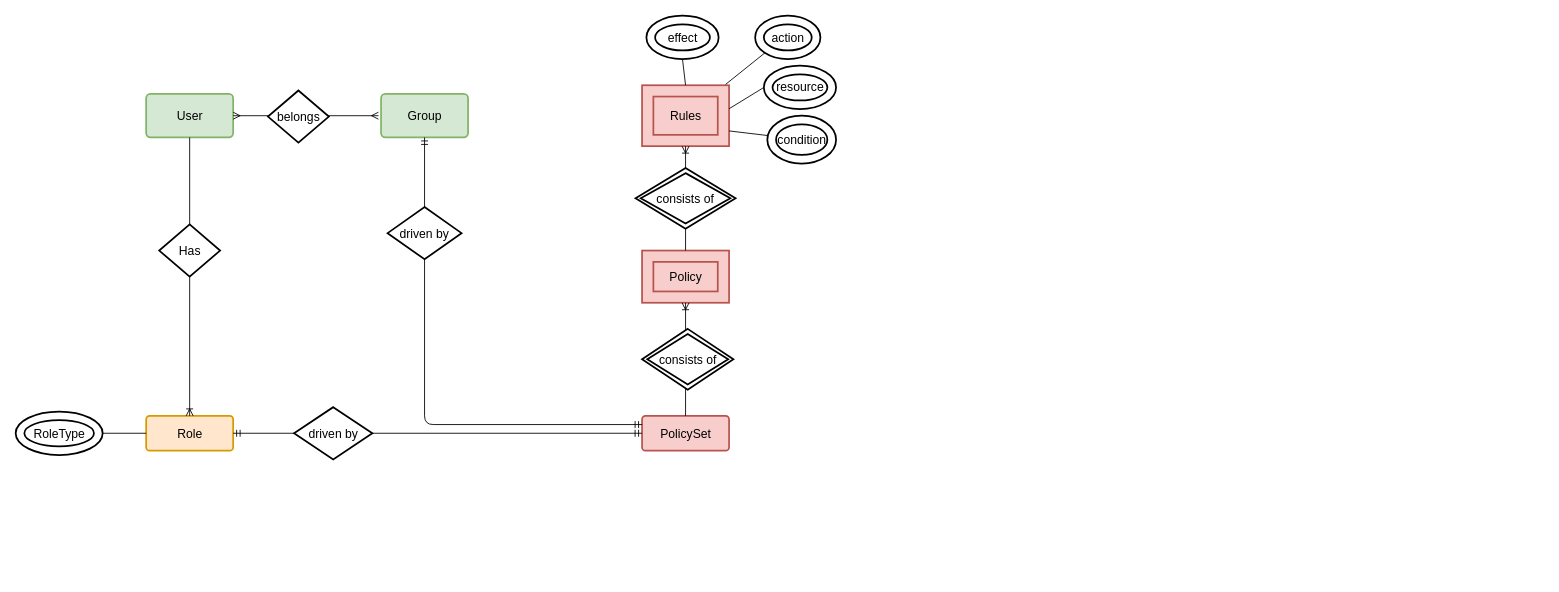
davinderrai/drawio keeps this draw.io diagram as IAM Diagram.drawio. Above is the earlier version. Source tidied: cells renumbered, new cells numbered last; positions are measured from the earlier drawing's top-left corner, leaving out a move shared by most shapes. Both pictures are drawn from the tidied source at 87%, with x=0, y=0 at pixel (16, 15).
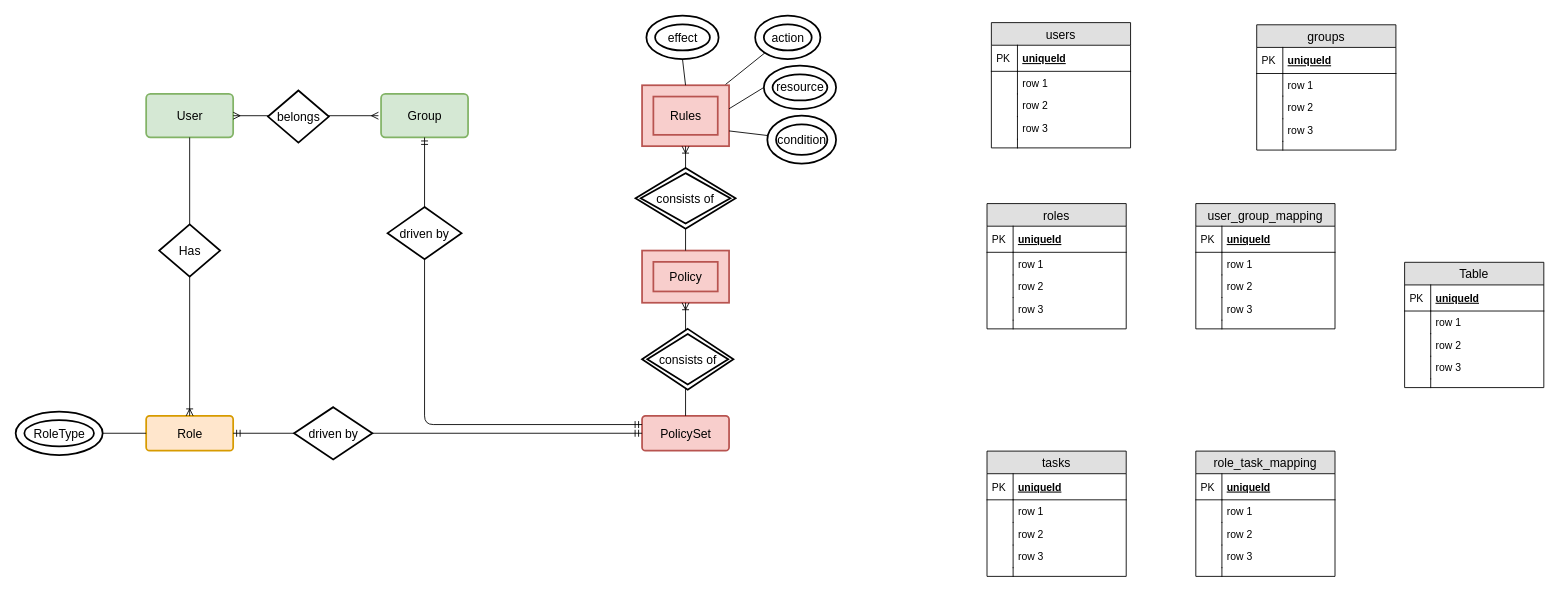
Above is the later version.

Change to the diagram source:
```diff
@@
+    <mxCell id="31" value="users" style="swimlane;fontStyle=0;horizontal=1;startSize=26;fillColor=#e0e0e0;swimlaneFillColor=#ffffff;align=center;fontSize=14;" parent="1" vertex="1">
+      <mxGeometry x="1121" y="8.5" width="160" height="144" as="geometry" />
+    </mxCell>
+    <mxCell id="32" value="uniqueId" style="shape=partialRectangle;top=0;left=0;right=0;bottom=1;align=left;verticalAlign=middle;fillColor=none;spacingLeft=34;spacingRight=4;overflow=hidden;fontStyle=5;fontSize=12;" parent="31" vertex="1">
+      <mxGeometry y="26" width="160" height="30" as="geometry" />
+    </mxCell>
+    <mxCell id="33" value="PK" style="shape=partialRectangle;top=0;left=0;bottom=0;fillColor=none;align=left;verticalAlign=middle;spacingLeft=4;spacingRight=4;overflow=hidden;fontSize=12;" parent="32" vertex="1">
+      <mxGeometry width="30" height="30" as="geometry" />
+    </mxCell>
+    <mxCell id="34" value="row 1" style="shape=partialRectangle;top=0;left=0;right=0;bottom=0;align=left;verticalAlign=top;fillColor=none;spacingLeft=34;spacingRight=4;overflow=hidden;fontSize=12;" parent="31" vertex="1">
+      <mxGeometry y="56" width="160" height="26" as="geometry" />
+    </mxCell>
+    <mxCell id="35" style="shape=partialRectangle;top=0;left=0;bottom=0;fillColor=none;align=left;verticalAlign=top;spacingLeft=4;spacingRight=4;overflow=hidden;fontSize=12;" parent="34" vertex="1">
+      <mxGeometry width="30" height="26" as="geometry" />
+    </mxCell>
+    <mxCell id="36" value="row 2" style="shape=partialRectangle;top=0;left=0;right=0;bottom=0;align=left;verticalAlign=top;fillColor=none;spacingLeft=34;spacingRight=4;overflow=hidden;fontSize=12;" parent="31" vertex="1">
+      <mxGeometry y="82" width="160" height="26" as="geometry" />
+    </mxCell>
+    <mxCell id="37" style="shape=partialRectangle;top=0;left=0;bottom=0;fillColor=none;align=left;verticalAlign=top;spacingLeft=4;spacingRight=4;overflow=hidden;fontSize=12;" parent="36" vertex="1">
+      <mxGeometry width="30" height="26" as="geometry" />
+    </mxCell>
+    <mxCell id="38" value="row 3" style="shape=partialRectangle;top=0;left=0;right=0;bottom=0;align=left;verticalAlign=top;fillColor=none;spacingLeft=34;spacingRight=4;overflow=hidden;fontSize=12;" parent="31" vertex="1">
+      <mxGeometry y="108" width="160" height="26" as="geometry" />
+    </mxCell>
+    <mxCell id="39" style="shape=partialRectangle;top=0;left=0;bottom=0;fillColor=none;align=left;verticalAlign=top;spacingLeft=4;spacingRight=4;overflow=hidden;fontSize=12;" parent="38" vertex="1">
+      <mxGeometry width="30" height="26" as="geometry" />
+    </mxCell>
+    <mxCell id="40" style="shape=partialRectangle;top=0;left=0;right=0;bottom=0;align=left;verticalAlign=top;fillColor=none;spacingLeft=34;spacingRight=4;overflow=hidden;fontSize=12;" parent="31" vertex="1">
+      <mxGeometry y="134" width="160" height="10" as="geometry" />
+    </mxCell>
+    <mxCell id="41" style="shape=partialRectangle;top=0;left=0;bottom=0;fillColor=none;align=left;verticalAlign=top;spacingLeft=4;spacingRight=4;overflow=hidden;fontSize=12;" parent="40" vertex="1">
+      <mxGeometry width="30" height="10" as="geometry" />
+    </mxCell>
+    <mxCell id="42" value="groups" style="swimlane;fontStyle=0;horizontal=1;startSize=26;fillColor=#e0e0e0;swimlaneFillColor=#ffffff;align=center;fontSize=14;" parent="1" vertex="1">
+      <mxGeometry x="1426" y="11" width="160" height="144" as="geometry" />
+    </mxCell>
+    <mxCell id="43" value="uniqueId" style="shape=partialRectangle;top=0;left=0;right=0;bottom=1;align=left;verticalAlign=middle;fillColor=none;spacingLeft=34;spacingRight=4;overflow=hidden;fontStyle=5;fontSize=12;" parent="42" vertex="1">
+      <mxGeometry y="26" width="160" height="30" as="geometry" />
+    </mxCell>
+    <mxCell id="44" value="PK" style="shape=partialRectangle;top=0;left=0;bottom=0;fillColor=none;align=left;verticalAlign=middle;spacingLeft=4;spacingRight=4;overflow=hidden;fontSize=12;" parent="43" vertex="1">
+      <mxGeometry width="30" height="30" as="geometry" />
+    </mxCell>
+    <mxCell id="45" value="row 1" style="shape=partialRectangle;top=0;left=0;right=0;bottom=0;align=left;verticalAlign=top;fillColor=none;spacingLeft=34;spacingRight=4;overflow=hidden;fontSize=12;" parent="42" vertex="1">
+      <mxGeometry y="56" width="160" height="26" as="geometry" />
+    </mxCell>
+    <mxCell id="46" style="shape=partialRectangle;top=0;left=0;bottom=0;fillColor=none;align=left;verticalAlign=top;spacingLeft=4;spacingRight=4;overflow=hidden;fontSize=12;" parent="45" vertex="1">
+      <mxGeometry width="30" height="26" as="geometry" />
+    </mxCell>
+    <mxCell id="47" value="row 2" style="shape=partialRectangle;top=0;left=0;right=0;bottom=0;align=left;verticalAlign=top;fillColor=none;spacingLeft=34;spacingRight=4;overflow=hidden;fontSize=12;" parent="42" vertex="1">
+      <mxGeometry y="82" width="160" height="26" as="geometry" />
+    </mxCell>
+    <mxCell id="48" style="shape=partialRectangle;top=0;left=0;bottom=0;fillColor=none;align=left;verticalAlign=top;spacingLeft=4;spacingRight=4;overflow=hidden;fontSize=12;" parent="47" vertex="1">
+      <mxGeometry width="30" height="26" as="geometry" />
+    </mxCell>
+    <mxCell id="49" value="row 3" style="shape=partialRectangle;top=0;left=0;right=0;bottom=0;align=left;verticalAlign=top;fillColor=none;spacingLeft=34;spacingRight=4;overflow=hidden;fontSize=12;" parent="42" vertex="1">
+      <mxGeometry y="108" width="160" height="26" as="geometry" />
+    </mxCell>
+    <mxCell id="50" style="shape=partialRectangle;top=0;left=0;bottom=0;fillColor=none;align=left;verticalAlign=top;spacingLeft=4;spacingRight=4;overflow=hidden;fontSize=12;" parent="49" vertex="1">
+      <mxGeometry width="30" height="26" as="geometry" />
+    </mxCell>
+    <mxCell id="51" style="shape=partialRectangle;top=0;left=0;right=0;bottom=0;align=left;verticalAlign=top;fillColor=none;spacingLeft=34;spacingRight=4;overflow=hidden;fontSize=12;" parent="42" vertex="1">
+      <mxGeometry y="134" width="160" height="10" as="geometry" />
+    </mxCell>
+    <mxCell id="52" style="shape=partialRectangle;top=0;left=0;bottom=0;fillColor=none;align=left;verticalAlign=top;spacingLeft=4;spacingRight=4;overflow=hidden;fontSize=12;" parent="51" vertex="1">
+      <mxGeometry width="30" height="10" as="geometry" />
+    </mxCell>
+    <mxCell id="53" value="roles" style="swimlane;fontStyle=0;horizontal=1;startSize=26;fillColor=#e0e0e0;swimlaneFillColor=#ffffff;align=center;fontSize=14;" parent="1" vertex="1">
+      <mxGeometry x="1116" y="216.5" width="160" height="144" as="geometry" />
+    </mxCell>
+    <mxCell id="54" value="uniqueId" style="shape=partialRectangle;top=0;left=0;right=0;bottom=1;align=left;verticalAlign=middle;fillColor=none;spacingLeft=34;spacingRight=4;overflow=hidden;fontStyle=5;fontSize=12;" parent="53" vertex="1">
+      <mxGeometry y="26" width="160" height="30" as="geometry" />
+    </mxCell>
+    <mxCell id="55" value="PK" style="shape=partialRectangle;top=0;left=0;bottom=0;fillColor=none;align=left;verticalAlign=middle;spacingLeft=4;spacingRight=4;overflow=hidden;fontSize=12;" parent="54" vertex="1">
+      <mxGeometry width="30" height="30" as="geometry" />
+    </mxCell>
+    <mxCell id="56" value="row 1" style="shape=partialRectangle;top=0;left=0;right=0;bottom=0;align=left;verticalAlign=top;fillColor=none;spacingLeft=34;spacingRight=4;overflow=hidden;fontSize=12;" parent="53" vertex="1">
+      <mxGeometry y="56" width="160" height="26" as="geometry" />
+    </mxCell>
+    <mxCell id="57" style="shape=partialRectangle;top=0;left=0;bottom=0;fillColor=none;align=left;verticalAlign=top;spacingLeft=4;spacingRight=4;overflow=hidden;fontSize=12;" parent="56" vertex="1">
+      <mxGeometry width="30" height="26" as="geometry" />
+    </mxCell>
+    <mxCell id="58" value="row 2" style="shape=partialRectangle;top=0;left=0;right=0;bottom=0;align=left;verticalAlign=top;fillColor=none;spacingLeft=34;spacingRight=4;overflow=hidden;fontSize=12;" parent="53" vertex="1">
+      <mxGeometry y="82" width="160" height="26" as="geometry" />
+    </mxCell>
+    <mxCell id="59" style="shape=partialRectangle;top=0;left=0;bottom=0;fillColor=none;align=left;verticalAlign=top;spacingLeft=4;spacingRight=4;overflow=hidden;fontSize=12;" parent="58" vertex="1">
+      <mxGeometry width="30" height="26" as="geometry" />
+    </mxCell>
+    <mxCell id="60" value="row 3" style="shape=partialRectangle;top=0;left=0;right=0;bottom=0;align=left;verticalAlign=top;fillColor=none;spacingLeft=34;spacingRight=4;overflow=hidden;fontSize=12;" parent="53" vertex="1">
+      <mxGeometry y="108" width="160" height="26" as="geometry" />
+    </mxCell>
+    <mxCell id="61" style="shape=partialRectangle;top=0;left=0;bottom=0;fillColor=none;align=left;verticalAlign=top;spacingLeft=4;spacingRight=4;overflow=hidden;fontSize=12;" parent="60" vertex="1">
+      <mxGeometry width="30" height="26" as="geometry" />
+    </mxCell>
+    <mxCell id="62" style="shape=partialRectangle;top=0;left=0;right=0;bottom=0;align=left;verticalAlign=top;fillColor=none;spacingLeft=34;spacingRight=4;overflow=hidden;fontSize=12;" parent="53" vertex="1">
+      <mxGeometry y="134" width="160" height="10" as="geometry" />
+    </mxCell>
+    <mxCell id="63" style="shape=partialRectangle;top=0;left=0;bottom=0;fillColor=none;align=left;verticalAlign=top;spacingLeft=4;spacingRight=4;overflow=hidden;fontSize=12;" parent="62" vertex="1">
+      <mxGeometry width="30" height="10" as="geometry" />
+    </mxCell>
+    <mxCell id="64" value="tasks" style="swimlane;fontStyle=0;horizontal=1;startSize=26;fillColor=#e0e0e0;swimlaneFillColor=#ffffff;align=center;fontSize=14;" parent="1" vertex="1">
+      <mxGeometry x="1116" y="501" width="160" height="144" as="geometry" />
+    </mxCell>
+    <mxCell id="65" value="uniqueId" style="shape=partialRectangle;top=0;left=0;right=0;bottom=1;align=left;verticalAlign=middle;fillColor=none;spacingLeft=34;spacingRight=4;overflow=hidden;fontStyle=5;fontSize=12;" parent="64" vertex="1">
+      <mxGeometry y="26" width="160" height="30" as="geometry" />
+    </mxCell>
+    <mxCell id="66" value="PK" style="shape=partialRectangle;top=0;left=0;bottom=0;fillColor=none;align=left;verticalAlign=middle;spacingLeft=4;spacingRight=4;overflow=hidden;fontSize=12;" parent="65" vertex="1">
+      <mxGeometry width="30" height="30" as="geometry" />
+    </mxCell>
+    <mxCell id="67" value="row 1" style="shape=partialRectangle;top=0;left=0;right=0;bottom=0;align=left;verticalAlign=top;fillColor=none;spacingLeft=34;spacingRight=4;overflow=hidden;fontSize=12;" parent="64" vertex="1">
+      <mxGeometry y="56" width="160" height="26" as="geometry" />
+    </mxCell>
+    <mxCell id="68" style="shape=partialRectangle;top=0;left=0;bottom=0;fillColor=none;align=left;verticalAlign=top;spacingLeft=4;spacingRight=4;overflow=hidden;fontSize=12;" parent="67" vertex="1">
+      <mxGeometry width="30" height="26" as="geometry" />
+    </mxCell>
+    <mxCell id="69" value="row 2" style="shape=partialRectangle;top=0;left=0;right=0;bottom=0;align=left;verticalAlign=top;fillColor=none;spacingLeft=34;spacingRight=4;overflow=hidden;fontSize=12;" parent="64" vertex="1">
+      <mxGeometry y="82" width="160" height="26" as="geometry" />
+    </mxCell>
+    <mxCell id="70" style="shape=partialRectangle;top=0;left=0;bottom=0;fillColor=none;align=left;verticalAlign=top;spacingLeft=4;spacingRight=4;overflow=hidden;fontSize=12;" parent="69" vertex="1">
+      <mxGeometry width="30" height="26" as="geometry" />
+    </mxCell>
+    <mxCell id="71" value="row 3" style="shape=partialRectangle;top=0;left=0;right=0;bottom=0;align=left;verticalAlign=top;fillColor=none;spacingLeft=34;spacingRight=4;overflow=hidden;fontSize=12;" parent="64" vertex="1">
+      <mxGeometry y="108" width="160" height="26" as="geometry" />
+    </mxCell>
+    <mxCell id="72" style="shape=partialRectangle;top=0;left=0;bottom=0;fillColor=none;align=left;verticalAlign=top;spacingLeft=4;spacingRight=4;overflow=hidden;fontSize=12;" parent="71" vertex="1">
+      <mxGeometry width="30" height="26" as="geometry" />
+    </mxCell>
+    <mxCell id="73" style="shape=partialRectangle;top=0;left=0;right=0;bottom=0;align=left;verticalAlign=top;fillColor=none;spacingLeft=34;spacingRight=4;overflow=hidden;fontSize=12;" parent="64" vertex="1">
+      <mxGeometry y="134" width="160" height="10" as="geometry" />
+    </mxCell>
+    <mxCell id="74" style="shape=partialRectangle;top=0;left=0;bottom=0;fillColor=none;align=left;verticalAlign=top;spacingLeft=4;spacingRight=4;overflow=hidden;fontSize=12;" parent="73" vertex="1">
+      <mxGeometry width="30" height="10" as="geometry" />
+    </mxCell>
+    <mxCell id="75" value="role_task_mapping" style="swimlane;fontStyle=0;horizontal=1;startSize=26;fillColor=#e0e0e0;swimlaneFillColor=#ffffff;align=center;fontSize=14;" parent="1" vertex="1">
+      <mxGeometry x="1356" y="501" width="160" height="144" as="geometry" />
+    </mxCell>
+    <mxCell id="76" value="uniqueId" style="shape=partialRectangle;top=0;left=0;right=0;bottom=1;align=left;verticalAlign=middle;fillColor=none;spacingLeft=34;spacingRight=4;overflow=hidden;fontStyle=5;fontSize=12;" parent="75" vertex="1">
+      <mxGeometry y="26" width="160" height="30" as="geometry" />
+    </mxCell>
+    <mxCell id="77" value="PK" style="shape=partialRectangle;top=0;left=0;bottom=0;fillColor=none;align=left;verticalAlign=middle;spacingLeft=4;spacingRight=4;overflow=hidden;fontSize=12;" parent="76" vertex="1">
+      <mxGeometry width="30" height="30" as="geometry" />
+    </mxCell>
+    <mxCell id="78" value="row 1" style="shape=partialRectangle;top=0;left=0;right=0;bottom=0;align=left;verticalAlign=top;fillColor=none;spacingLeft=34;spacingRight=4;overflow=hidden;fontSize=12;" parent="75" vertex="1">
+      <mxGeometry y="56" width="160" height="26" as="geometry" />
+    </mxCell>
+    <mxCell id="79" style="shape=partialRectangle;top=0;left=0;bottom=0;fillColor=none;align=left;verticalAlign=top;spacingLeft=4;spacingRight=4;overflow=hidden;fontSize=12;" parent="78" vertex="1">
+      <mxGeometry width="30" height="26" as="geometry" />
+    </mxCell>
+    <mxCell id="80" value="row 2" style="shape=partialRectangle;top=0;left=0;right=0;bottom=0;align=left;verticalAlign=top;fillColor=none;spacingLeft=34;spacingRight=4;overflow=hidden;fontSize=12;" parent="75" vertex="1">
+      <mxGeometry y="82" width="160" height="26" as="geometry" />
+    </mxCell>
+    <mxCell id="81" style="shape=partialRectangle;top=0;left=0;bottom=0;fillColor=none;align=left;verticalAlign=top;spacingLeft=4;spacingRight=4;overflow=hidden;fontSize=12;" parent="80" vertex="1">
+      <mxGeometry width="30" height="26" as="geometry" />
+    </mxCell>
+    <mxCell id="82" value="row 3" style="shape=partialRectangle;top=0;left=0;right=0;bottom=0;align=left;verticalAlign=top;fillColor=none;spacingLeft=34;spacingRight=4;overflow=hidden;fontSize=12;" parent="75" vertex="1">
+      <mxGeometry y="108" width="160" height="26" as="geometry" />
+    </mxCell>
+    <mxCell id="83" style="shape=partialRectangle;top=0;left=0;bottom=0;fillColor=none;align=left;verticalAlign=top;spacingLeft=4;spacingRight=4;overflow=hidden;fontSize=12;" parent="82" vertex="1">
+      <mxGeometry width="30" height="26" as="geometry" />
+    </mxCell>
+    <mxCell id="84" style="shape=partialRectangle;top=0;left=0;right=0;bottom=0;align=left;verticalAlign=top;fillColor=none;spacingLeft=34;spacingRight=4;overflow=hidden;fontSize=12;" parent="75" vertex="1">
+      <mxGeometry y="134" width="160" height="10" as="geometry" />
+    </mxCell>
+    <mxCell id="85" style="shape=partialRectangle;top=0;left=0;bottom=0;fillColor=none;align=left;verticalAlign=top;spacingLeft=4;spacingRight=4;overflow=hidden;fontSize=12;" parent="84" vertex="1">
+      <mxGeometry width="30" height="10" as="geometry" />
+    </mxCell>
+    <mxCell id="86" value="Table" style="swimlane;fontStyle=0;horizontal=1;startSize=26;fillColor=#e0e0e0;swimlaneFillColor=#ffffff;align=center;fontSize=14;" parent="1" vertex="1">
+      <mxGeometry x="1596" y="284" width="160" height="144" as="geometry" />
+    </mxCell>
+    <mxCell id="87" value="uniqueId" style="shape=partialRectangle;top=0;left=0;right=0;bottom=1;align=left;verticalAlign=middle;fillColor=none;spacingLeft=34;spacingRight=4;overflow=hidden;fontStyle=5;fontSize=12;" parent="86" vertex="1">
+      <mxGeometry y="26" width="160" height="30" as="geometry" />
+    </mxCell>
+    <mxCell id="88" value="PK" style="shape=partialRectangle;top=0;left=0;bottom=0;fillColor=none;align=left;verticalAlign=middle;spacingLeft=4;spacingRight=4;overflow=hidden;fontSize=12;" parent="87" vertex="1">
+      <mxGeometry width="30" height="30" as="geometry" />
+    </mxCell>
+    <mxCell id="89" value="row 1" style="shape=partialRectangle;top=0;left=0;right=0;bottom=0;align=left;verticalAlign=top;fillColor=none;spacingLeft=34;spacingRight=4;overflow=hidden;fontSize=12;" parent="86" vertex="1">
+      <mxGeometry y="56" width="160" height="26" as="geometry" />
+    </mxCell>
+    <mxCell id="90" style="shape=partialRectangle;top=0;left=0;bottom=0;fillColor=none;align=left;verticalAlign=top;spacingLeft=4;spacingRight=4;overflow=hidden;fontSize=12;" parent="89" vertex="1">
+      <mxGeometry width="30" height="26" as="geometry" />
+    </mxCell>
+    <mxCell id="91" value="row 2" style="shape=partialRectangle;top=0;left=0;right=0;bottom=0;align=left;verticalAlign=top;fillColor=none;spacingLeft=34;spacingRight=4;overflow=hidden;fontSize=12;" parent="86" vertex="1">
+      <mxGeometry y="82" width="160" height="26" as="geometry" />
+    </mxCell>
+    <mxCell id="92" style="shape=partialRectangle;top=0;left=0;bottom=0;fillColor=none;align=left;verticalAlign=top;spacingLeft=4;spacingRight=4;overflow=hidden;fontSize=12;" parent="91" vertex="1">
+      <mxGeometry width="30" height="26" as="geometry" />
+    </mxCell>
+    <mxCell id="93" value="row 3" style="shape=partialRectangle;top=0;left=0;right=0;bottom=0;align=left;verticalAlign=top;fillColor=none;spacingLeft=34;spacingRight=4;overflow=hidden;fontSize=12;" parent="86" vertex="1">
+      <mxGeometry y="108" width="160" height="26" as="geometry" />
+    </mxCell>
+    <mxCell id="94" style="shape=partialRectangle;top=0;left=0;bottom=0;fillColor=none;align=left;verticalAlign=top;spacingLeft=4;spacingRight=4;overflow=hidden;fontSize=12;" parent="93" vertex="1">
+      <mxGeometry width="30" height="26" as="geometry" />
+    </mxCell>
+    <mxCell id="95" style="shape=partialRectangle;top=0;left=0;right=0;bottom=0;align=left;verticalAlign=top;fillColor=none;spacingLeft=34;spacingRight=4;overflow=hidden;fontSize=12;" parent="86" vertex="1">
+      <mxGeometry y="134" width="160" height="10" as="geometry" />
+    </mxCell>
+    <mxCell id="96" style="shape=partialRectangle;top=0;left=0;bottom=0;fillColor=none;align=left;verticalAlign=top;spacingLeft=4;spacingRight=4;overflow=hidden;fontSize=12;" parent="95" vertex="1">
+      <mxGeometry width="30" height="10" as="geometry" />
+    </mxCell>
+    <mxCell id="97" value="user_group_mapping" style="swimlane;fontStyle=0;horizontal=1;startSize=26;fillColor=#e0e0e0;swimlaneFillColor=#ffffff;align=center;fontSize=14;" parent="1" vertex="1">
+      <mxGeometry x="1356" y="216.5" width="160" height="144" as="geometry" />
+    </mxCell>
+    <mxCell id="98" value="uniqueId" style="shape=partialRectangle;top=0;left=0;right=0;bottom=1;align=left;verticalAlign=middle;fillColor=none;spacingLeft=34;spacingRight=4;overflow=hidden;fontStyle=5;fontSize=12;" parent="97" vertex="1">
+      <mxGeometry y="26" width="160" height="30" as="geometry" />
+    </mxCell>
+    <mxCell id="99" value="PK" style="shape=partialRectangle;top=0;left=0;bottom=0;fillColor=none;align=left;verticalAlign=middle;spacingLeft=4;spacingRight=4;overflow=hidden;fontSize=12;" parent="98" vertex="1">
+      <mxGeometry width="30" height="30" as="geometry" />
+    </mxCell>
+    <mxCell id="100" value="row 1" style="shape=partialRectangle;top=0;left=0;right=0;bottom=0;align=left;verticalAlign=top;fillColor=none;spacingLeft=34;spacingRight=4;overflow=hidden;fontSize=12;" parent="97" vertex="1">
+      <mxGeometry y="56" width="160" height="26" as="geometry" />
+    </mxCell>
+    <mxCell id="101" style="shape=partialRectangle;top=0;left=0;bottom=0;fillColor=none;align=left;verticalAlign=top;spacingLeft=4;spacingRight=4;overflow=hidden;fontSize=12;" parent="100" vertex="1">
+      <mxGeometry width="30" height="26" as="geometry" />
+    </mxCell>
+    <mxCell id="102" value="row 2" style="shape=partialRectangle;top=0;left=0;right=0;bottom=0;align=left;verticalAlign=top;fillColor=none;spacingLeft=34;spacingRight=4;overflow=hidden;fontSize=12;" parent="97" vertex="1">
+      <mxGeometry y="82" width="160" height="26" as="geometry" />
+    </mxCell>
+    <mxCell id="103" style="shape=partialRectangle;top=0;left=0;bottom=0;fillColor=none;align=left;verticalAlign=top;spacingLeft=4;spacingRight=4;overflow=hidden;fontSize=12;" parent="102" vertex="1">
+      <mxGeometry width="30" height="26" as="geometry" />
+    </mxCell>
+    <mxCell id="104" value="row 3" style="shape=partialRectangle;top=0;left=0;right=0;bottom=0;align=left;verticalAlign=top;fillColor=none;spacingLeft=34;spacingRight=4;overflow=hidden;fontSize=12;" parent="97" vertex="1">
+      <mxGeometry y="108" width="160" height="26" as="geometry" />
+    </mxCell>
+    <mxCell id="105" style="shape=partialRectangle;top=0;left=0;bottom=0;fillColor=none;align=left;verticalAlign=top;spacingLeft=4;spacingRight=4;overflow=hidden;fontSize=12;" parent="104" vertex="1">
+      <mxGeometry width="30" height="26" as="geometry" />
+    </mxCell>
+    <mxCell id="106" style="shape=partialRectangle;top=0;left=0;right=0;bottom=0;align=left;verticalAlign=top;fillColor=none;spacingLeft=34;spacingRight=4;overflow=hidden;fontSize=12;" parent="97" vertex="1">
+      <mxGeometry y="134" width="160" height="10" as="geometry" />
+    </mxCell>
+    <mxCell id="107" style="shape=partialRectangle;top=0;left=0;bottom=0;fillColor=none;align=left;verticalAlign=top;spacingLeft=4;spacingRight=4;overflow=hidden;fontSize=12;" parent="106" vertex="1">
+      <mxGeometry width="30" height="10" as="geometry" />
+    </mxCell>
```
